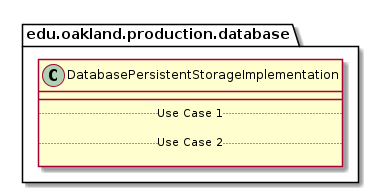
Earlier version of the PlantUML export docs/uml-class-diagrams/database/production/DatabasePersistentStorageImplementation/DatabasePersistentStorageImplementation.png (elilley15/csi-3370-software-project). Its diagram source:
```plantuml
@startuml DatabasePersistentStorageImplementation

package edu.oakland.production.database {
    class DatabasePersistentStorageImplementation {
        __
        .. Use Case 1 ..

        .. Use Case 2 ..

    }
}

@enduml
```
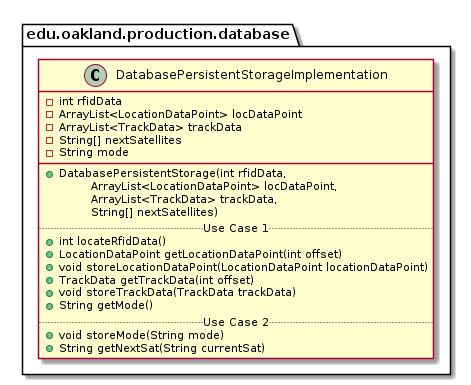
After the commit.

Change to the diagram source:
```diff
@@ -2,11 +2,26 @@
 
 package edu.oakland.production.database {
     class DatabasePersistentStorageImplementation {
+        - int rfidData
+        - ArrayList<LocationDataPoint> locDataPoint
+        - ArrayList<TrackData> trackData
+        - String[] nextSatellites
+        - String mode
         __
+        + DatabasePersistentStorage(int rfidData,
+        \tArrayList<LocationDataPoint> locDataPoint,
+        \tArrayList<TrackData> trackData,
+        \tString[] nextSatellites)
         .. Use Case 1 ..
-
+        + int locateRfidData()
+        + LocationDataPoint getLocationDataPoint(int offset)
+        + void storeLocationDataPoint(LocationDataPoint locationDataPoint)
+        + TrackData getTrackData(int offset)
+        + void storeTrackData(TrackData trackData)
+        + String getMode()
         .. Use Case 2 ..
-
+        + void storeMode(String mode)
+        + String getNextSat(String currentSat)
     }
 }
 
```
